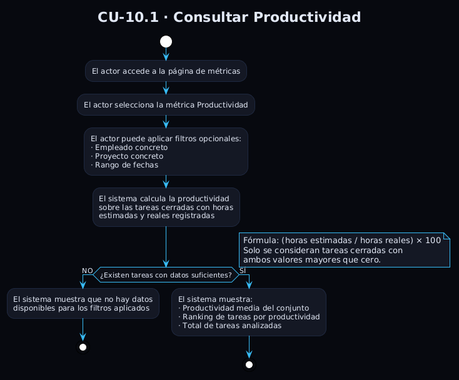
Before: Estudiantes/cesar-garcia-eguiguren/Capítulo-2/imagenes/CdU/metricas/flujoCU10.1.png, a diagram exported from PlantUML (ceesargaarcia/GII-TFG-2026).
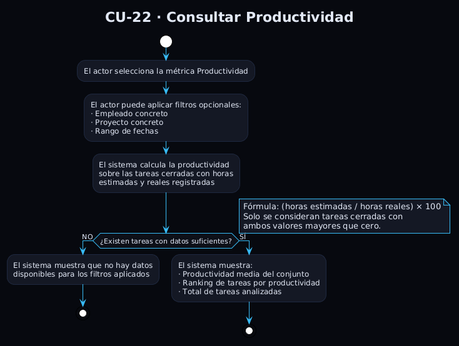
After the commit.

Change to the diagram source:
```diff
@@ -9,10 +9,9 @@
 skinparam ActivityDiamondBorderColor #38BDF8
 skinparam NoteBackgroundColor #141824
 skinparam NoteBorderColor #38BDF8
-title CU-10.1 · Consultar Productividad
+title CU-22 · Consultar Productividad
 
 start
-:El actor accede a la página de métricas;
 :El actor selecciona la métrica Productividad;
 :El actor puede aplicar filtros opcionales:
 · Empleado concreto
```
